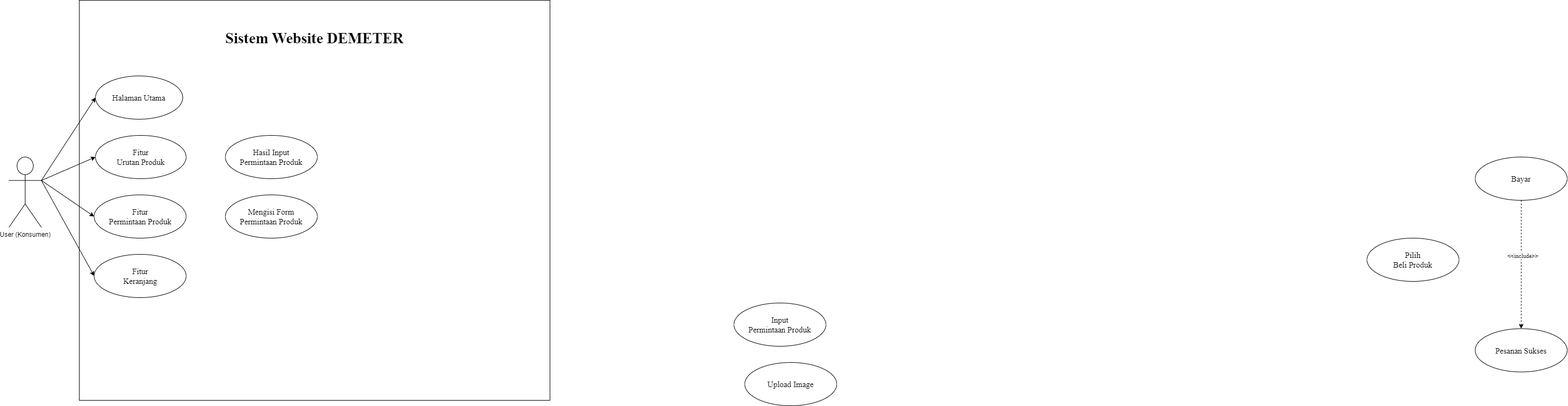
This is Diagram Skripsi (UML).drawio.png from rifqirm/diagram-skripsi-UML-, a draw.io export, as it was before one commit. Source tidied: cells renumbered, new cells last; positions are measured from the earlier drawing's top-left corner, leaving out a move shared by most shapes.
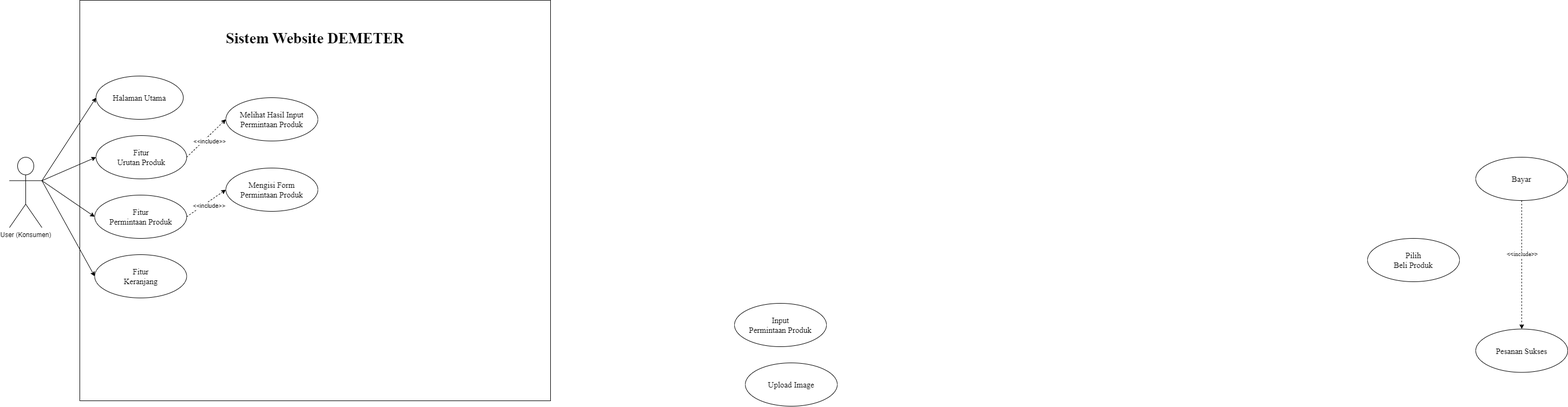
The same file after the commit.

What changed in the source:
```diff
@@ -24,13 +24,13 @@
       <mxGeometry x="157.5" y="360" width="170" height="80" as="geometry" />
     </mxCell>
     <mxCell id="9" value="&lt;font&gt;&lt;span style=&quot;font-size: 15px;&quot;&gt;Mengisi Form&lt;/span&gt;&lt;/font&gt;&lt;div&gt;&lt;span style=&quot;font-size: 15px; background-color: initial;&quot;&gt;Permintaan Produk&lt;/span&gt;&lt;/div&gt;" style="ellipse;whiteSpace=wrap;html=1;verticalAlign=middle;align=center;labelPosition=center;verticalLabelPosition=middle;fontFamily=Times New Roman;" parent="1" vertex="1">
-      <mxGeometry x="400" y="360" width="170" height="80" as="geometry" />
+      <mxGeometry x="400" y="310" width="170" height="80" as="geometry" />
     </mxCell>
     <mxCell id="10" value="&lt;font&gt;&lt;span style=&quot;font-size: 15px;&quot;&gt;Upload&amp;nbsp;&lt;/span&gt;&lt;/font&gt;&lt;span style=&quot;font-size: 15px; background-color: initial;&quot;&gt;Image&lt;/span&gt;" style="ellipse;whiteSpace=wrap;html=1;verticalAlign=middle;align=center;fontFamily=Times New Roman;" parent="1" vertex="1">
       <mxGeometry x="1360" y="670" width="170" height="80" as="geometry" />
     </mxCell>
-    <mxCell id="11" value="&lt;font&gt;&lt;span style=&quot;font-size: 15px;&quot;&gt;Hasil Input&lt;/span&gt;&lt;/font&gt;&lt;div&gt;&lt;span style=&quot;font-size: 15px; background-color: initial;&quot;&gt;Permintaan Produk&lt;/span&gt;&lt;/div&gt;" style="ellipse;whiteSpace=wrap;html=1;verticalAlign=middle;align=center;fontFamily=Times New Roman;" parent="1" vertex="1">
-      <mxGeometry x="400" y="250" width="170" height="80" as="geometry" />
+    <mxCell id="11" value="&lt;font&gt;&lt;span style=&quot;font-size: 15px;&quot;&gt;Melihat Hasil Input&lt;/span&gt;&lt;/font&gt;&lt;div&gt;&lt;span style=&quot;font-size: 15px; background-color: initial;&quot;&gt;Permintaan Produk&lt;/span&gt;&lt;/div&gt;" style="ellipse;whiteSpace=wrap;html=1;verticalAlign=middle;align=center;fontFamily=Times New Roman;" parent="1" vertex="1">
+      <mxGeometry x="400" y="180" width="170" height="80" as="geometry" />
     </mxCell>
     <mxCell id="12" value="&lt;font&gt;&lt;span style=&quot;font-size: 15px;&quot;&gt;Input&lt;/span&gt;&lt;/font&gt;&lt;div&gt;&lt;span style=&quot;font-size: 15px; background-color: initial;&quot;&gt;Permintaan Produk&lt;/span&gt;&lt;/div&gt;" style="ellipse;whiteSpace=wrap;html=1;verticalAlign=middle;align=center;fontFamily=Times New Roman;" parent="1" vertex="1">
       <mxGeometry x="1340" y="560" width="170" height="80" as="geometry" />
@@ -62,5 +62,21 @@
     <mxCell id="21" style="rounded=0;jettySize=auto;html=1;exitX=1;exitY=0.3333333333333333;exitDx=0;exitDy=0;exitPerimeter=0;entryX=0;entryY=0.5;entryDx=0;entryDy=0;" parent="1" edge="1" source="4" target="7">
       <mxGeometry relative="1" as="geometry" />
     </mxCell>
+    <mxCell id="22" style="rounded=0;jettySize=auto;html=1;exitX=1;exitY=0.5;exitDx=0;exitDy=0;entryX=0;entryY=0.5;entryDx=0;entryDy=0;dashed=1;" parent="1" edge="1" source="8" target="9">
+      <mxGeometry relative="1" as="geometry" />
+    </mxCell>
+    <mxCell id="23" value="&amp;lt;&amp;lt;include&amp;gt;&amp;gt;" style="edgeLabel;html=1;align=center;verticalAlign=middle;" parent="22" vertex="1">
+      <mxGeometry x="-0.22" y="2" relative="1" as="geometry">
+        <mxPoint x="14" as="offset" />
+      </mxGeometry>
+    </mxCell>
+    <mxCell id="24" style="rounded=0;jettySize=auto;html=1;exitX=1;exitY=0.5;exitDx=0;exitDy=0;entryX=0;entryY=0.5;entryDx=0;entryDy=0;dashed=1;" parent="1" edge="1" source="6" target="11">
+      <mxGeometry relative="1" as="geometry" />
+    </mxCell>
+    <mxCell id="25" value="&amp;lt;&amp;lt;include&amp;gt;&amp;gt;" style="edgeLabel;html=1;align=center;verticalAlign=middle;" parent="24" vertex="1">
+      <mxGeometry x="-0.22" y="2" relative="1" as="geometry">
+        <mxPoint x="14" as="offset" />
+      </mxGeometry>
+    </mxCell>
   </root>
 </mxGraphModel>
```
